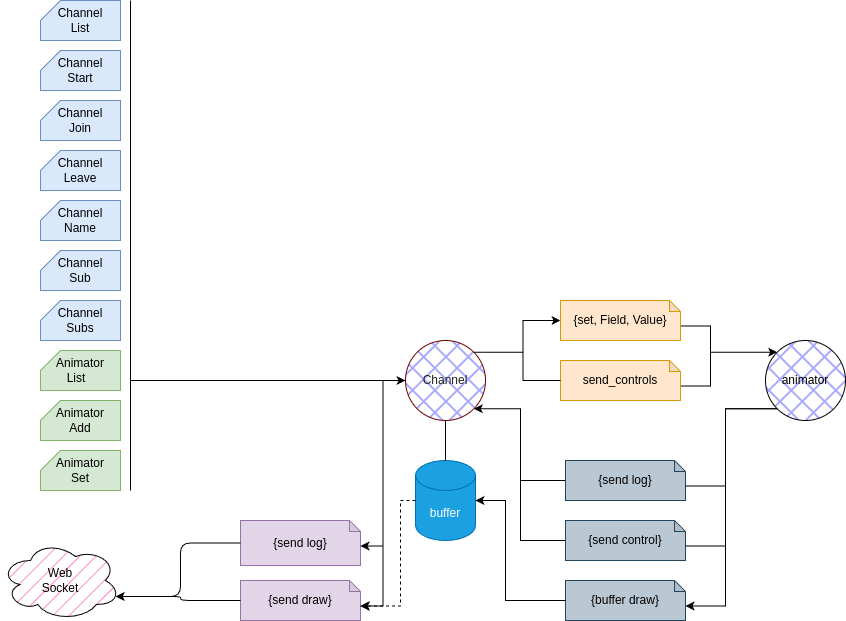
Earlier version of the draw.io export doc/ws_animate_protocol_2025-02-10.drawio.png (cwmaguire/ws_animate). Source tidied: cells renumbered, new cells last; positions are measured from the earlier drawing's top-left corner, leaving out a move shared by most shapes. Its diagram source:
```xml
<mxGraphModel>
  <root>
    <mxCell id="0" />
    <mxCell id="1" parent="0" />
    <mxCell id="2" value="Channel" style="ellipse;whiteSpace=wrap;html=1;fillColor=#0000FF;strokeColor=#6F0000;fillStyle=cross-hatch;fontColor=#212121;" parent="1" vertex="1">
      <mxGeometry x="405" y="340" width="80" height="80" as="geometry" />
    </mxCell>
    <mxCell id="3" value="animator" style="ellipse;whiteSpace=wrap;html=1;fillStyle=cross-hatch;fillColor=#212121;strokeColor=#000000;" parent="1" vertex="1">
      <mxGeometry x="765" y="340" width="80" height="80" as="geometry" />
    </mxCell>
    <mxCell id="4" style="edgeStyle=orthogonalEdgeStyle;rounded=0;jettySize=auto;html=1;exitX=0;exitY=0.5;exitDx=0;exitDy=0;exitPerimeter=0;entryX=1;entryY=1;entryDx=0;entryDy=0;" parent="1" edge="1" source="5" target="2">
      <mxGeometry relative="1" as="geometry">
        <Array as="points">
          <mxPoint x="520" y="480" />
          <mxPoint x="520" y="408" />
        </Array>
      </mxGeometry>
    </mxCell>
    <mxCell id="5" value="{send log}" style="shape=note;whiteSpace=wrap;html=1;backgroundOutline=1;darkOpacity=0.05;size=11;fillColor=#bac8d3;strokeColor=#23445d;" parent="1" vertex="1">
      <mxGeometry x="565" y="460" width="120" height="40" as="geometry" />
    </mxCell>
    <mxCell id="6" style="edgeStyle=orthogonalEdgeStyle;rounded=0;jettySize=auto;html=1;exitX=0;exitY=0.5;exitDx=0;exitDy=0;exitPerimeter=0;entryX=1;entryY=1;entryDx=0;entryDy=0;" parent="1" edge="1" source="7" target="2">
      <mxGeometry relative="1" as="geometry">
        <Array as="points">
          <mxPoint x="520" y="540" />
          <mxPoint x="520" y="408" />
        </Array>
      </mxGeometry>
    </mxCell>
    <mxCell id="7" value="{send control}" style="shape=note;whiteSpace=wrap;html=1;backgroundOutline=1;darkOpacity=0.05;size=11;fillColor=#bac8d3;strokeColor=#23445d;" parent="1" vertex="1">
      <mxGeometry x="565" y="520" width="120" height="40" as="geometry" />
    </mxCell>
    <mxCell id="8" style="edgeStyle=orthogonalEdgeStyle;rounded=0;jettySize=auto;html=1;exitX=0;exitY=1;exitDx=0;exitDy=0;entryX=0;entryY=0;entryDx=120;entryDy=25.5;entryPerimeter=0;endArrow=none;startFill=0;" parent="1" edge="1" source="3" target="7">
      <mxGeometry relative="1" as="geometry" />
    </mxCell>
    <mxCell id="9" style="edgeStyle=orthogonalEdgeStyle;rounded=0;jettySize=auto;html=1;exitX=0;exitY=1;exitDx=0;exitDy=0;entryX=0;entryY=0;entryDx=120;entryDy=25.5;entryPerimeter=0;endArrow=none;startFill=0;" parent="1" edge="1" source="3" target="5">
      <mxGeometry relative="1" as="geometry" />
    </mxCell>
    <mxCell id="10" value="{buffer draw}" style="shape=note;whiteSpace=wrap;html=1;backgroundOutline=1;darkOpacity=0.05;size=11;fillColor=#bac8d3;strokeColor=#23445d;" parent="1" vertex="1">
      <mxGeometry x="565" y="580" width="120" height="40" as="geometry" />
    </mxCell>
    <mxCell id="11" value="buffer" style="shape=cylinder3;whiteSpace=wrap;html=1;boundedLbl=1;backgroundOutline=1;size=15;fillColor=#1ba1e2;fontColor=#ffffff;strokeColor=#006EAF;" parent="1" vertex="1">
      <mxGeometry x="415" y="460" width="60" height="80" as="geometry" />
    </mxCell>
    <mxCell id="12" style="edgeStyle=orthogonalEdgeStyle;rounded=0;jettySize=auto;html=1;exitX=0;exitY=0.5;exitDx=0;exitDy=0;exitPerimeter=0;entryX=1;entryY=0.5;entryDx=0;entryDy=0;entryPerimeter=0;" parent="1" edge="1" source="10" target="11">
      <mxGeometry relative="1" as="geometry">
        <Array as="points">
          <mxPoint x="505" y="600" />
          <mxPoint x="505" y="500" />
        </Array>
      </mxGeometry>
    </mxCell>
    <mxCell id="13" style="endArrow=none;html=1;rounded=0;entryX=0.5;entryY=1;entryDx=0;entryDy=0;exitX=0.5;exitY=0;exitDx=0;exitDy=0;exitPerimeter=0;" parent="1" edge="1" source="11" target="2">
      <mxGeometry relative="1" as="geometry" />
    </mxCell>
    <mxCell id="14" value="{send log}" style="shape=note;whiteSpace=wrap;html=1;backgroundOutline=1;darkOpacity=0.05;size=11;fillColor=#e1d5e7;strokeColor=#9673a6;" parent="1" vertex="1">
      <mxGeometry x="240" y="520" width="120" height="45" as="geometry" />
    </mxCell>
    <mxCell id="15" style="edgeStyle=orthogonalEdgeStyle;rounded=0;jettySize=auto;html=1;exitX=0;exitY=0.5;exitDx=0;exitDy=0;entryX=0;entryY=0;entryDx=120;entryDy=25.5;entryPerimeter=0;" parent="1" edge="1" source="2" target="14">
      <mxGeometry relative="1" as="geometry" />
    </mxCell>
    <mxCell id="16" value="{send draw}" style="shape=note;whiteSpace=wrap;html=1;backgroundOutline=1;darkOpacity=0.05;size=11;fillColor=#e1d5e7;strokeColor=#9673a6;" parent="1" vertex="1">
      <mxGeometry x="240" y="580" width="120" height="40" as="geometry" />
    </mxCell>
    <mxCell id="17" style="edgeStyle=orthogonalEdgeStyle;rounded=0;jettySize=auto;html=1;exitX=0;exitY=0.5;exitDx=0;exitDy=0;entryX=0;entryY=0;entryDx=120;entryDy=25.5;entryPerimeter=0;" parent="1" edge="1" source="2" target="16">
      <mxGeometry relative="1" as="geometry" />
    </mxCell>
    <mxCell id="18" value="Channel&lt;div&gt;Name&lt;/div&gt;" style="shape=card;whiteSpace=wrap;html=1;size=20;fillColor=#dae8fc;strokeColor=#6c8ebf;" parent="1" vertex="1">
      <mxGeometry x="40" y="200" width="80" height="40" as="geometry" />
    </mxCell>
    <mxCell id="19" value="Channel&lt;div&gt;List&lt;/div&gt;" style="shape=card;whiteSpace=wrap;html=1;size=20;fillColor=#dae8fc;strokeColor=#6c8ebf;" parent="1" vertex="1">
      <mxGeometry x="40" width="80" height="40" as="geometry" />
    </mxCell>
    <mxCell id="20" value="Channel&lt;div&gt;Join&lt;/div&gt;" style="shape=card;whiteSpace=wrap;html=1;size=20;fillColor=#dae8fc;strokeColor=#6c8ebf;" parent="1" vertex="1">
      <mxGeometry x="40" y="100" width="80" height="40" as="geometry" />
    </mxCell>
    <mxCell id="21" value="Channel&lt;div&gt;Start&lt;/div&gt;" style="shape=card;whiteSpace=wrap;html=1;size=20;fillColor=#dae8fc;strokeColor=#6c8ebf;" parent="1" vertex="1">
      <mxGeometry x="40" y="50" width="80" height="40" as="geometry" />
    </mxCell>
    <mxCell id="22" value="Channel&lt;div&gt;Leave&lt;/div&gt;" style="shape=card;whiteSpace=wrap;html=1;size=20;fillColor=#dae8fc;strokeColor=#6c8ebf;" parent="1" vertex="1">
      <mxGeometry x="40" y="150" width="80" height="40" as="geometry" />
    </mxCell>
    <mxCell id="23" value="Channel&lt;div&gt;Sub&lt;/div&gt;" style="shape=card;whiteSpace=wrap;html=1;size=20;fillColor=#dae8fc;strokeColor=#6c8ebf;" parent="1" vertex="1">
      <mxGeometry x="40" y="250" width="80" height="40" as="geometry" />
    </mxCell>
    <mxCell id="24" value="Channel&lt;div&gt;Subs&lt;/div&gt;" style="shape=card;whiteSpace=wrap;html=1;size=20;fillColor=#dae8fc;strokeColor=#6c8ebf;" parent="1" vertex="1">
      <mxGeometry x="40" y="300" width="80" height="40" as="geometry" />
    </mxCell>
    <mxCell id="25" value="Animator&lt;div&gt;List&lt;span style=&quot;white-space: pre;&quot;&gt;&#9;&lt;/span&gt;&lt;/div&gt;" style="shape=card;whiteSpace=wrap;html=1;size=20;fillColor=#d5e8d4;strokeColor=#82b366;" parent="1" vertex="1">
      <mxGeometry x="40" y="350" width="80" height="40" as="geometry" />
    </mxCell>
    <mxCell id="26" value="Animator&lt;div&gt;Set&lt;/div&gt;" style="shape=card;whiteSpace=wrap;html=1;size=20;fillColor=#d5e8d4;strokeColor=#82b366;" parent="1" vertex="1">
      <mxGeometry x="40" y="450" width="80" height="40" as="geometry" />
    </mxCell>
    <mxCell id="27" value="Animator&lt;div&gt;Add&lt;/div&gt;" style="shape=card;whiteSpace=wrap;html=1;size=20;fillColor=#d5e8d4;strokeColor=#82b366;" parent="1" vertex="1">
      <mxGeometry x="40" y="400" width="80" height="40" as="geometry" />
    </mxCell>
    <mxCell id="28" style="endArrow=none;html=1;rounded=0;" parent="1" edge="1">
      <mxGeometry relative="1" as="geometry">
        <mxPoint x="130" y="490" as="sourcePoint" />
        <mxPoint x="130" as="targetPoint" />
      </mxGeometry>
    </mxCell>
    <mxCell id="29" style="endArrow=classic;html=1;rounded=0;entryX=0;entryY=0.5;entryDx=0;entryDy=0;" parent="1" edge="1" target="2">
      <mxGeometry relative="1" as="geometry">
        <mxPoint x="130" y="380" as="sourcePoint" />
      </mxGeometry>
    </mxCell>
    <mxCell id="30" value="Web&lt;div&gt;Socket&lt;/div&gt;" style="ellipse;shape=cloud;whiteSpace=wrap;html=1;fillStyle=hatch;fillColor=#FF66B3;" parent="1" vertex="1">
      <mxGeometry y="540" width="120" height="80" as="geometry" />
    </mxCell>
    <mxCell id="31" style="edgeStyle=orthogonalEdgeStyle;rounded=1;jettySize=auto;html=1;exitX=0;exitY=0.5;exitDx=0;exitDy=0;exitPerimeter=0;entryX=0.96;entryY=0.7;entryDx=0;entryDy=0;entryPerimeter=0;curved=0;" parent="1" edge="1" source="14" target="30">
      <mxGeometry relative="1" as="geometry" />
    </mxCell>
    <mxCell id="32" style="edgeStyle=orthogonalEdgeStyle;rounded=1;jettySize=auto;html=1;exitX=0;exitY=0.5;exitDx=0;exitDy=0;exitPerimeter=0;entryX=0.96;entryY=0.7;entryDx=0;entryDy=0;entryPerimeter=0;curved=0;" parent="1" edge="1" source="16" target="30">
      <mxGeometry relative="1" as="geometry" />
    </mxCell>
    <mxCell id="33" style="edgeStyle=orthogonalEdgeStyle;rounded=0;jettySize=auto;html=1;exitX=0;exitY=0;exitDx=120;exitDy=25.5;exitPerimeter=0;entryX=0;entryY=0;entryDx=0;entryDy=0;" parent="1" edge="1" source="34" target="3">
      <mxGeometry relative="1" as="geometry">
        <Array as="points">
          <mxPoint x="710" y="326" />
          <mxPoint x="710" y="352" />
        </Array>
      </mxGeometry>
    </mxCell>
    <mxCell id="34" value="{set, Field, Value}" style="shape=note;whiteSpace=wrap;html=1;backgroundOutline=1;darkOpacity=0.05;size=11;fillColor=#ffe6cc;strokeColor=#d79b00;" parent="1" vertex="1">
      <mxGeometry x="560" y="300" width="120" height="40" as="geometry" />
    </mxCell>
    <mxCell id="35" style="edgeStyle=orthogonalEdgeStyle;rounded=0;jettySize=auto;html=1;exitX=0;exitY=0;exitDx=120;exitDy=25.5;exitPerimeter=0;entryX=0;entryY=0;entryDx=0;entryDy=0;" parent="1" edge="1" source="36" target="3">
      <mxGeometry relative="1" as="geometry">
        <Array as="points">
          <mxPoint x="710" y="386" />
          <mxPoint x="710" y="352" />
        </Array>
      </mxGeometry>
    </mxCell>
    <mxCell id="36" value="send_controls" style="shape=note;whiteSpace=wrap;html=1;backgroundOutline=1;darkOpacity=0.05;size=11;fillColor=#ffe6cc;strokeColor=#d79b00;" parent="1" vertex="1">
      <mxGeometry x="560" y="360" width="120" height="40" as="geometry" />
    </mxCell>
    <mxCell id="37" style="edgeStyle=orthogonalEdgeStyle;rounded=0;jettySize=auto;html=1;exitX=1;exitY=0;exitDx=0;exitDy=0;entryX=0;entryY=0.5;entryDx=0;entryDy=0;entryPerimeter=0;" parent="1" edge="1" source="2" target="34">
      <mxGeometry relative="1" as="geometry" />
    </mxCell>
    <mxCell id="38" style="edgeStyle=orthogonalEdgeStyle;rounded=0;jettySize=auto;html=1;exitX=1;exitY=0;exitDx=0;exitDy=0;entryX=0;entryY=0.5;entryDx=0;entryDy=0;entryPerimeter=0;endArrow=none;startFill=0;" parent="1" edge="1" source="2" target="36">
      <mxGeometry relative="1" as="geometry" />
    </mxCell>
    <mxCell id="39" style="edgeStyle=orthogonalEdgeStyle;rounded=0;jettySize=auto;html=1;exitX=0;exitY=0.5;exitDx=0;exitDy=0;exitPerimeter=0;entryX=0;entryY=0;entryDx=120;entryDy=25.5;entryPerimeter=0;dashed=1;" parent="1" edge="1" source="11" target="16">
      <mxGeometry relative="1" as="geometry">
        <Array as="points">
          <mxPoint x="400" y="500" />
          <mxPoint x="400" y="606" />
        </Array>
      </mxGeometry>
    </mxCell>
    <mxCell id="40" style="edgeStyle=orthogonalEdgeStyle;rounded=0;jettySize=auto;html=1;exitX=0;exitY=1;exitDx=0;exitDy=0;entryX=0;entryY=0;entryDx=120;entryDy=25.5;entryPerimeter=0;" parent="1" edge="1" source="3" target="10">
      <mxGeometry relative="1" as="geometry" />
    </mxCell>
  </root>
</mxGraphModel>
```
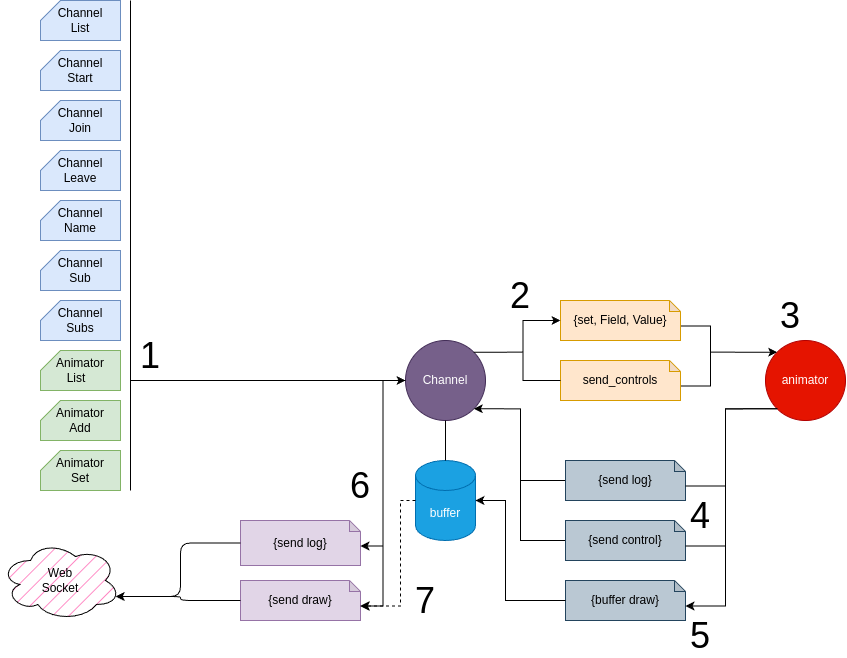
The same file after the commit.

The edit, as a diff of the source:
```diff
@@ -2,10 +2,10 @@
   <root>
     <mxCell id="0" />
     <mxCell id="1" parent="0" />
-    <mxCell id="2" value="Channel" style="ellipse;whiteSpace=wrap;html=1;fillColor=#0000FF;strokeColor=#6F0000;fillStyle=cross-hatch;fontColor=#212121;" parent="1" vertex="1">
+    <mxCell id="2" value="Channel" style="ellipse;whiteSpace=wrap;html=1;fillColor=#76608a;strokeColor=#432D57;fillStyle=auto;fontColor=#ffffff;" parent="1" vertex="1">
       <mxGeometry x="405" y="340" width="80" height="80" as="geometry" />
     </mxCell>
-    <mxCell id="3" value="animator" style="ellipse;whiteSpace=wrap;html=1;fillStyle=cross-hatch;fillColor=#212121;strokeColor=#000000;" parent="1" vertex="1">
+    <mxCell id="3" value="animator" style="ellipse;whiteSpace=wrap;html=1;fillStyle=auto;fillColor=#e51400;strokeColor=#B20000;fontColor=#ffffff;" parent="1" vertex="1">
       <mxGeometry x="765" y="340" width="80" height="80" as="geometry" />
     </mxCell>
     <mxCell id="4" style="edgeStyle=orthogonalEdgeStyle;rounded=0;jettySize=auto;html=1;exitX=0;exitY=0.5;exitDx=0;exitDy=0;exitPerimeter=0;entryX=1;entryY=1;entryDx=0;entryDy=0;" parent="1" edge="1" source="5" target="2">
@@ -154,5 +154,26 @@
     <mxCell id="40" style="edgeStyle=orthogonalEdgeStyle;rounded=0;jettySize=auto;html=1;exitX=0;exitY=1;exitDx=0;exitDy=0;entryX=0;entryY=0;entryDx=120;entryDy=25.5;entryPerimeter=0;" parent="1" edge="1" source="3" target="10">
       <mxGeometry relative="1" as="geometry" />
     </mxCell>
+    <mxCell id="41" value="1" style="text;html=1;align=center;verticalAlign=middle;whiteSpace=wrap;rounded=0;fontSize=36;" parent="1" vertex="1">
+      <mxGeometry x="140" y="340" width="20" height="30" as="geometry" />
+    </mxCell>
+    <mxCell id="42" value="2" style="text;html=1;align=center;verticalAlign=middle;whiteSpace=wrap;rounded=0;fontSize=36;" parent="1" vertex="1">
+      <mxGeometry x="510" y="280" width="20" height="30" as="geometry" />
+    </mxCell>
+    <mxCell id="43" value="3" style="text;html=1;align=center;verticalAlign=middle;whiteSpace=wrap;rounded=0;fontSize=36;" parent="1" vertex="1">
+      <mxGeometry x="780" y="300" width="20" height="30" as="geometry" />
+    </mxCell>
+    <mxCell id="44" value="4" style="text;html=1;align=center;verticalAlign=middle;whiteSpace=wrap;rounded=0;fontSize=36;" parent="1" vertex="1">
+      <mxGeometry x="690" y="500" width="20" height="30" as="geometry" />
+    </mxCell>
+    <mxCell id="45" value="5" style="text;html=1;align=center;verticalAlign=middle;whiteSpace=wrap;rounded=0;fontSize=36;" parent="1" vertex="1">
+      <mxGeometry x="690" y="620" width="20" height="30" as="geometry" />
+    </mxCell>
+    <mxCell id="46" value="7" style="text;html=1;align=center;verticalAlign=middle;whiteSpace=wrap;rounded=0;fontSize=36;" parent="1" vertex="1">
+      <mxGeometry x="415" y="585" width="20" height="30" as="geometry" />
+    </mxCell>
+    <mxCell id="47" value="6" style="text;html=1;align=center;verticalAlign=middle;whiteSpace=wrap;rounded=0;fontSize=36;" parent="1" vertex="1">
+      <mxGeometry x="350" y="470" width="20" height="30" as="geometry" />
+    </mxCell>
   </root>
 </mxGraphModel>
```
